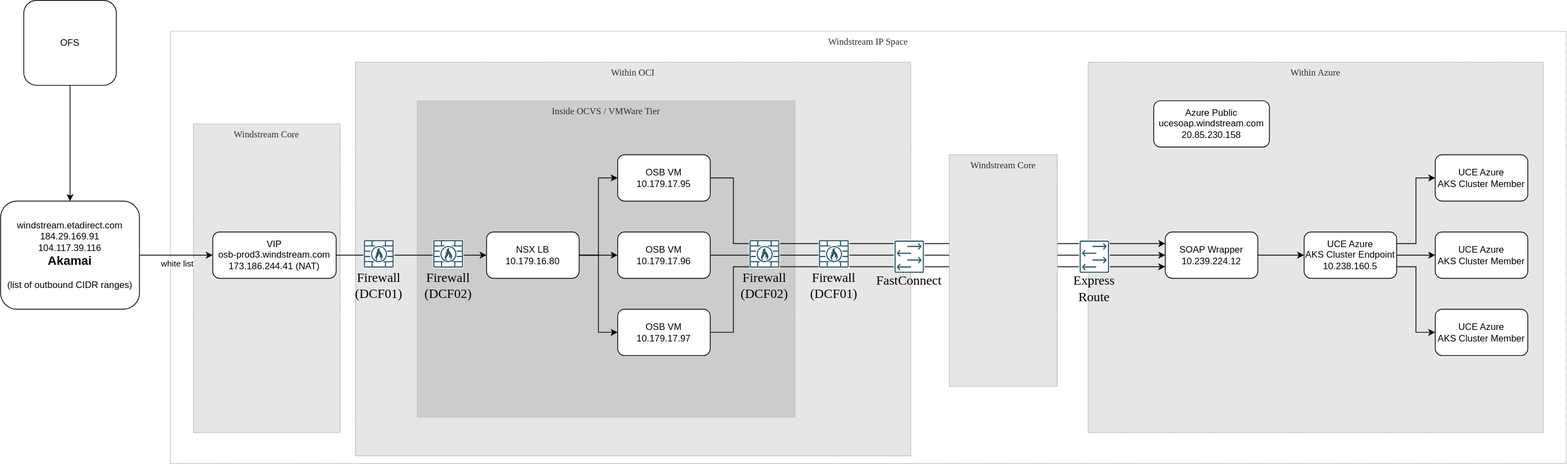
This is windstream/Windstream OSB Issue.svg from agregory999/oci-architecture, a draw.io export, as it was before one commit. Source tidied: cells renumbered, new cells last; positions are measured from the earlier drawing's top-left corner, leaving out a move shared by most shapes.
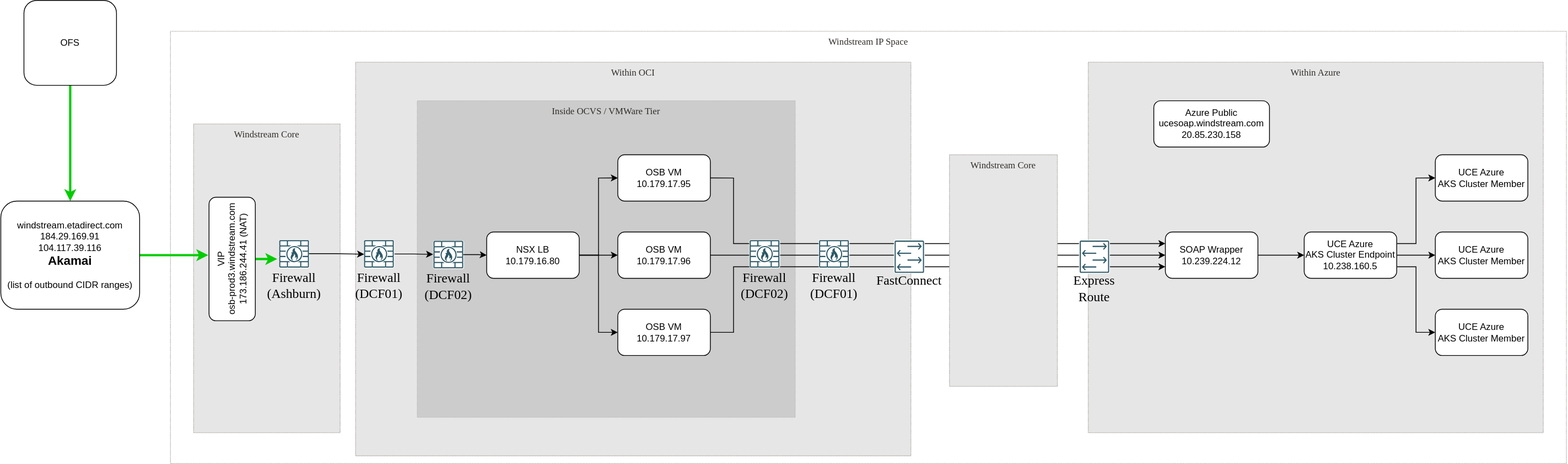
The same file after the commit.

Commit message:
Verified Traffic

Diff of the diagram source:
```diff
@@ -17,28 +17,30 @@
     <mxCell id="6" value="Inside OCVS / VMWare Tier" style="whiteSpace=wrap;html=1;strokeWidth=1;dashed=1;align=center;fontFamily=Oracle Sans;verticalAlign=top;fillColor=#CCCCCC;fontColor=#312D2A;strokeColor=#B3B3B3;fontSize=12;dashPattern=1 1;glass=0;rounded=0;" parent="1" vertex="1">
       <mxGeometry x="540" y="130" width="490" height="410" as="geometry" />
     </mxCell>
-    <mxCell id="7" style="edgeStyle=orthogonalEdgeStyle;rounded=0;jettySize=auto;html=1;" parent="1" edge="1" source="8" target="11">
+    <mxCell id="7" style="edgeStyle=orthogonalEdgeStyle;rounded=0;jettySize=auto;html=1;strokeWidth=3;strokeColor=#00CC00;" parent="1" edge="1" source="8" target="11">
       <mxGeometry relative="1" as="geometry" />
     </mxCell>
     <mxCell id="8" value="OFS" style="rounded=1;whiteSpace=wrap;html=1;" parent="1" vertex="1">
       <mxGeometry x="30" width="120" height="110" as="geometry" />
     </mxCell>
-    <mxCell id="9" style="edgeStyle=orthogonalEdgeStyle;rounded=0;jettySize=auto;html=1;entryX=0;entryY=0.5;entryDx=0;entryDy=0;" parent="1" edge="1" source="11" target="13">
-      <mxGeometry relative="1" as="geometry" />
+    <mxCell id="9" style="edgeStyle=orthogonalEdgeStyle;rounded=0;jettySize=auto;html=1;strokeWidth=3;strokeColor=#00CC00;" parent="1" edge="1" source="11">
+      <mxGeometry relative="1" as="geometry">
+        <mxPoint x="269" y="330" as="targetPoint" />
+      </mxGeometry>
     </mxCell>
-    <mxCell id="10" value="white list" style="edgeLabel;html=1;align=center;verticalAlign=middle;" parent="9" vertex="1">
+    <mxCell id="10" value="white list" style="edgeLabel;html=1;align=center;verticalAlign=middle;rotation=-90;" parent="9" vertex="1">
       <mxGeometry y="1" relative="1" as="geometry">
-        <mxPoint y="11" as="offset" />
+        <mxPoint x="-205" y="15" as="offset" />
       </mxGeometry>
     </mxCell>
     <mxCell id="11" value="windstream.etadirect.com&lt;br&gt;184.29.169.91&lt;br&gt;104.117.39.116&lt;br&gt;&lt;b&gt;&lt;font style=&quot;font-size: 16px;&quot;&gt;Akamai&lt;/font&gt;&lt;/b&gt;&lt;br&gt;&lt;br&gt;(list of outbound CIDR ranges)" style="rounded=1;whiteSpace=wrap;html=1;" parent="1" vertex="1">
       <mxGeometry y="260" width="180" height="140" as="geometry" />
     </mxCell>
-    <mxCell id="12" style="edgeStyle=orthogonalEdgeStyle;rounded=0;jettySize=auto;html=1;exitX=1;exitY=0.5;exitDx=0;exitDy=0;entryX=0;entryY=0.5;entryDx=0;entryDy=0;" parent="1" edge="1" source="13" target="21">
-      <mxGeometry relative="1" as="geometry" />
-    </mxCell>
+    <mxCell id="87" style="edgeStyle=orthogonalEdgeStyle;rounded=0;jettySize=auto;html=1;exitX=0.5;exitY=1;exitDx=0;exitDy=0;entryX=-0.051;entryY=0.65;entryDx=0;entryDy=0;entryPerimeter=0;strokeWidth=3;strokeColor=#00CC00;" parent="1" edge="1" source="13" target="89">
+      <mxGeometry relative="1" as="geometry" />
+    </mxCell>
-    <mxCell id="13" value="VIP&lt;br&gt;osb-prod3.windstream.com&lt;br&gt;173.186.244.41 (NAT)" style="rounded=1;whiteSpace=wrap;html=1;" parent="1" vertex="1">
-      <mxGeometry x="275" y="300" width="160" height="60" as="geometry" />
+    <mxCell id="13" value="VIP&lt;br&gt;osb-prod3.windstream.com&lt;br&gt;173.186.244.41 (NAT)" style="rounded=1;whiteSpace=wrap;html=1;rotation=-90;" parent="1" vertex="1">
+      <mxGeometry x="220" y="305" width="160" height="60" as="geometry" />
     </mxCell>
     <mxCell id="14" style="edgeStyle=orthogonalEdgeStyle;rounded=0;jettySize=auto;html=1;entryX=0;entryY=0.5;entryDx=0;entryDy=0;" parent="1" edge="1" source="21" target="25">
       <mxGeometry relative="1" as="geometry" />
@@ -93,7 +95,7 @@
       <mxGeometry x="800" y="400" width="120" height="60" as="geometry" />
     </mxCell>
     <mxCell id="28" style="group;" parent="1" vertex="1">
-      <mxGeometry x="550" y="310" width="61" height="80" as="geometry" />
+      <mxGeometry x="550" y="311" width="61" height="80" as="geometry" />
     </mxCell>
     <mxCell id="29" style="vsdxID=12;fillColor=none;gradientColor=none;strokeColor=none;spacingTop=-3;spacingBottom=-3;spacingLeft=-3;spacingRight=-3;labelBackgroundColor=none;rounded=0;html=1;whiteSpace=wrap;" parent="28" vertex="1">
       <mxGeometry x="10.5" width="40" height="37" as="geometry" />
@@ -269,5 +271,38 @@
     <mxCell id="86" value="Azure Public&lt;br&gt;ucesoap.windstream.com&lt;br&gt;20.85.230.158" style="rounded=1;whiteSpace=wrap;html=1;" parent="1" vertex="1">
       <mxGeometry x="1495" y="130" width="150" height="60" as="geometry" />
     </mxCell>
+    <mxCell id="88" style="group;" parent="1" vertex="1">
+      <mxGeometry x="350" y="310" width="61" height="80" as="geometry" />
+    </mxCell>
+    <mxCell id="89" style="vsdxID=12;fillColor=none;gradientColor=none;strokeColor=none;spacingTop=-3;spacingBottom=-3;spacingLeft=-3;spacingRight=-3;points=[];labelBackgroundColor=none;rounded=0;html=1;whiteSpace=wrap;" parent="88" vertex="1">
+      <mxGeometry x="10.5" width="40" height="37" as="geometry" />
+    </mxCell>
+    <mxCell id="90" style="vsdxID=13;fillColor=#FFFFFF;gradientColor=none;shape=(stored shape, 1172 characters);strokeColor=none;spacingTop=-3;spacingBottom=-3;spacingLeft=-3;spacingRight=-3;points=[];labelBackgroundColor=none;rounded=0;html=1;whiteSpace=wrap;" parent="89" vertex="1">
+      <mxGeometry width="39" height="36" as="geometry" />
+    </mxCell>
+    <mxCell id="91" style="vsdxID=14;fillColor=#FFFFFF;gradientColor=none;shape=(stored shape, 2272 characters);strokeColor=none;spacingTop=-3;spacingBottom=-3;spacingLeft=-3;spacingRight=-3;labelBackgroundColor=none;rounded=0;html=1;whiteSpace=wrap;" parent="89" vertex="1">
+      <mxGeometry width="40" height="37" as="geometry" />
+    </mxCell>
+    <mxCell id="92" style="vsdxID=15;fillColor=#2d5967;gradientColor=none;shape=(stored shape, 3760 characters);strokeColor=none;spacingTop=-3;spacingBottom=-3;spacingLeft=-3;spacingRight=-3;labelBackgroundColor=none;rounded=0;html=1;whiteSpace=wrap;" parent="89" vertex="1">
+      <mxGeometry x="0.5" y="0.5" width="38.6" height="35.6" as="geometry" />
+    </mxCell>
+    <mxCell id="93" style="vsdxID=16;fillColor=#2d5967;gradientColor=none;shape=(stored shape, 876 characters);strokeColor=none;spacingTop=-3;spacingBottom=-3;spacingLeft=-3;spacingRight=-3;labelBackgroundColor=none;rounded=0;html=1;whiteSpace=wrap;" parent="89" vertex="1">
+      <mxGeometry x="9.5" y="8.2" width="21" height="21.1" as="geometry" />
+    </mxCell>
+    <mxCell id="94" style="vsdxID=17;fillColor=#2d5967;gradientColor=none;shape=(stored shape, 1228 characters);strokeColor=none;spacingTop=-3;spacingBottom=-3;spacingLeft=-3;spacingRight=-3;labelBackgroundColor=none;rounded=0;html=1;whiteSpace=wrap;" parent="89" vertex="1">
+      <mxGeometry x="15.2" y="11.1" width="10" height="15.9" as="geometry" />
+    </mxCell>
+    <mxCell id="95" value="&lt;div style=&quot;font-size: 1px&quot;&gt;&lt;p style=&quot;align:center;margin-left:0;margin-right:0;margin-top:0px;margin-bottom:0px;text-indent:0;valign:middle;direction:ltr;&quot;&gt;&lt;font style=&quot;font-size:16.93px;font-family:Oracle Sans;color:#000000;direction:ltr;letter-spacing:0px;line-height:120%;opacity:1&quot;&gt;Firewall&lt;br&gt;&lt;/font&gt;&lt;/p&gt;&lt;p style=&quot;align:center;margin-left:0;margin-right:0;margin-top:0px;margin-bottom:0px;text-indent:0;valign:middle;direction:ltr;&quot;&gt;&lt;font style=&quot;font-size:16.93px;font-family:Oracle Sans;color:#000000;direction:ltr;letter-spacing:0px;line-height:120%;opacity:1&quot;&gt;(Ashburn)&lt;/font&gt;&lt;/p&gt;&lt;/div&gt;" style="verticalAlign=middle;align=center;vsdxID=19;fillColor=none;gradientColor=none;shape=(stored shape, 160 characters);strokeColor=none;spacingTop=-3;spacingBottom=-3;spacingLeft=-3;spacingRight=-3;labelBackgroundColor=none;rounded=0;html=1;whiteSpace=wrap;" parent="88" vertex="1">
+      <mxGeometry y="40" width="61" height="40" as="geometry" />
+    </mxCell>
+    <mxCell id="96" style="edgeStyle=orthogonalEdgeStyle;rounded=0;jettySize=auto;html=1;entryX=0.003;entryY=0.515;entryDx=0;entryDy=0;entryPerimeter=0;" parent="1" edge="1" source="90" target="48">
+      <mxGeometry relative="1" as="geometry" />
+    </mxCell>
+    <mxCell id="97" style="edgeStyle=orthogonalEdgeStyle;rounded=0;jettySize=auto;html=1;" parent="1" edge="1" source="47" target="30">
+      <mxGeometry relative="1" as="geometry" />
+    </mxCell>
+    <mxCell id="98" style="edgeStyle=orthogonalEdgeStyle;rounded=0;jettySize=auto;html=1;entryX=0;entryY=0.5;entryDx=0;entryDy=0;" parent="1" edge="1" source="32" target="21">
+      <mxGeometry relative="1" as="geometry" />
+    </mxCell>
   </root>
 </mxGraphModel>
```
